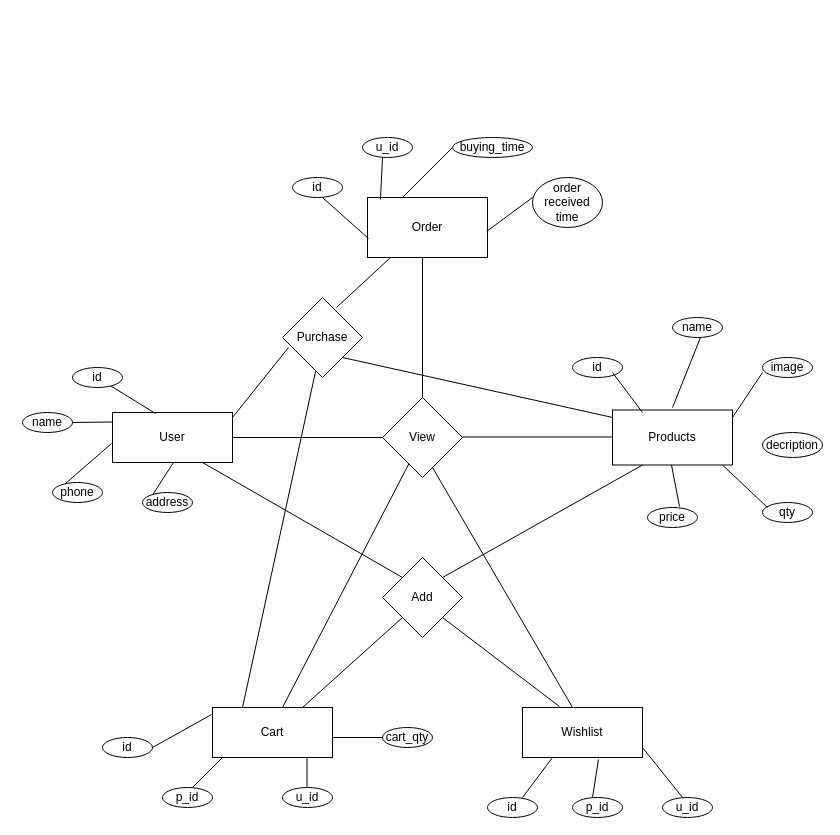
Before: Documentation/diagrams/erd.drawio in bhargav-vagadiya/flowshop, a draw.io diagram. Source tidied: cells renumbered, new cells numbered last; positions are measured from the earlier drawing's top-left corner, leaving out a move shared by most shapes. Both pictures are drawn from the tidied source at 100%, with x=0, y=0 at pixel (22, 137).
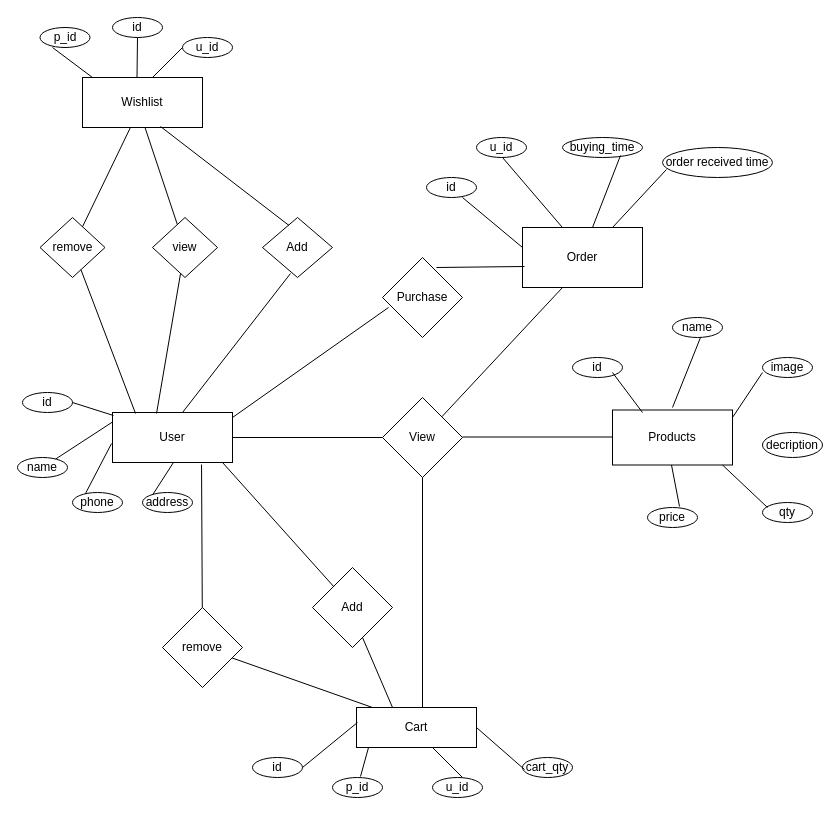
The same diagram, later.

The change refers to these unchanged cells:
```xml
<mxCell id="2" value="User" style="rounded=0;whiteSpace=wrap;html=1;" parent="1" vertex="1">
  <mxGeometry x="90" y="275" width="120" height="50" as="geometry" />
</mxCell>
<mxCell id="3" value="Products" style="rounded=0;whiteSpace=wrap;html=1;" parent="1" vertex="1">
  <mxGeometry x="590" y="272.5" width="120" height="55" as="geometry" />
</mxCell>
<mxCell id="4" value="View" style="rhombus;whiteSpace=wrap;html=1;rounded=0;" parent="1" vertex="1">
  <mxGeometry x="360" y="260" width="80" height="80" as="geometry" />
</mxCell>
```

Change to the diagram source:
```diff
@@
     <mxCell id="7" value="Add" style="rhombus;whiteSpace=wrap;html=1;rounded=0;" parent="1" vertex="1">
-      <mxGeometry x="360" y="420" width="80" height="80" as="geometry" />
+      <mxGeometry x="290" y="430" width="80" height="80" as="geometry" />
     </mxCell>
-    <mxCell id="8" style="endArrow=none;html=1;rounded=0;entryX=0;entryY=0.5;entryDx=0;entryDy=0;exitX=0.75;exitY=1;exitDx=0;exitDy=0;" parent="1" edge="1" source="2">
-      <mxGeometry relative="1" as="geometry">
-        <mxPoint x="380" y="440" as="targetPoint" />
-      </mxGeometry>
-    </mxCell>
-    <mxCell id="9" style="endArrow=none;html=1;rounded=0;entryX=0.25;entryY=1;entryDx=0;entryDy=0;" parent="1" edge="1" target="3">
-      <mxGeometry relative="1" as="geometry">
-        <mxPoint x="420" y="440" as="sourcePoint" />
-      </mxGeometry>
-    </mxCell>
     <mxCell id="10" value="Cart" style="rounded=0;whiteSpace=wrap;html=1;" parent="1" vertex="1">
-      <mxGeometry x="190" y="570" width="120" height="50" as="geometry" />
+      <mxGeometry x="334" y="570" width="120" height="40" as="geometry" />
     </mxCell>
     <mxCell id="11" value="Wishlist" style="rounded=0;whiteSpace=wrap;html=1;" parent="1" vertex="1">
-      <mxGeometry x="500" y="570" width="120" height="50" as="geometry" />
+      <mxGeometry x="60" y="-60" width="120" height="50" as="geometry" />
     </mxCell>
-    <mxCell id="12" style="endArrow=none;html=1;rounded=0;entryX=0;entryY=0.5;entryDx=0;entryDy=0;exitX=0.75;exitY=0;exitDx=0;exitDy=0;" parent="1" edge="1" source="10">
-      <mxGeometry relative="1" as="geometry">
-        <mxPoint x="380" y="480" as="targetPoint" />
-      </mxGeometry>
-    </mxCell>
-    <mxCell id="13" style="endArrow=none;html=1;rounded=0;entryX=0.308;entryY=-0.02;entryDx=0;entryDy=0;entryPerimeter=0;" parent="1" edge="1" target="11">
-      <mxGeometry relative="1" as="geometry">
-        <mxPoint x="420" y="480" as="sourcePoint" />
-      </mxGeometry>
-    </mxCell>
-    <mxCell id="14" style="endArrow=none;html=1;rounded=0;" parent="1" edge="1" target="4">
-      <mxGeometry relative="1" as="geometry">
-        <mxPoint x="260" y="570" as="sourcePoint" />
-      </mxGeometry>
-    </mxCell>
-    <mxCell id="15" style="endArrow=none;html=1;rounded=0;entryX=0.417;entryY=0;entryDx=0;entryDy=0;entryPerimeter=0;" parent="1" edge="1" target="11">
-      <mxGeometry relative="1" as="geometry">
-        <mxPoint x="410" y="330" as="sourcePoint" />
-      </mxGeometry>
-    </mxCell>
     <mxCell id="16" value="Order" style="rounded=0;whiteSpace=wrap;html=1;" parent="1" vertex="1">
-      <mxGeometry x="345" y="60" width="120" height="60" as="geometry" />
+      <mxGeometry x="500" y="90" width="120" height="60" as="geometry" />
     </mxCell>
-    <mxCell id="17" style="endArrow=none;html=1;rounded=0;exitX=0.5;exitY=0;exitDx=0;exitDy=0;" parent="1" edge="1" source="4">
-      <mxGeometry relative="1" as="geometry">
-        <mxPoint x="400" y="120" as="targetPoint" />
-      </mxGeometry>
-    </mxCell>
     <mxCell id="18" value="Purchase" style="rhombus;whiteSpace=wrap;html=1;rounded=0;" parent="1" vertex="1">
-      <mxGeometry x="260" y="160" width="80" height="80" as="geometry" />
+      <mxGeometry x="360" y="120" width="80" height="80" as="geometry" />
     </mxCell>
@@
-    <mxCell id="20" style="endArrow=none;html=1;rounded=0;entryX=0;entryY=0.136;entryDx=0;entryDy=0;entryPerimeter=0;exitX=1;exitY=1;exitDx=0;exitDy=0;" parent="1" edge="1" source="18" target="3">
-      <mxGeometry relative="1" as="geometry" />
-    </mxCell>
-    <mxCell id="21" style="endArrow=none;html=1;rounded=0;exitX=0.25;exitY=0;exitDx=0;exitDy=0;entryX=0.413;entryY=0.925;entryDx=0;entryDy=0;entryPerimeter=0;" parent="1" edge="1" source="10" target="18">
-      <mxGeometry relative="1" as="geometry" />
-    </mxCell>
-    <mxCell id="22" style="endArrow=none;html=1;rounded=0;entryX=0.192;entryY=1;entryDx=0;entryDy=0;entryPerimeter=0;exitX=0.675;exitY=0.125;exitDx=0;exitDy=0;exitPerimeter=0;" parent="1" edge="1" source="18" target="16">
+    <mxCell id="22" style="endArrow=none;html=1;rounded=0;entryX=0.017;entryY=0.65;entryDx=0;entryDy=0;entryPerimeter=0;exitX=0.675;exitY=0.125;exitDx=0;exitDy=0;exitPerimeter=0;" parent="1" edge="1" source="18" target="16">
       <mxGeometry relative="1" as="geometry" />
     </mxCell>
@@
     <mxCell id="24" value="phone" style="ellipse;whiteSpace=wrap;html=1;rounded=0;" parent="1" vertex="1">
-      <mxGeometry x="30" y="345" width="50" height="20" as="geometry" />
+      <mxGeometry x="50" y="355" width="50" height="20" as="geometry" />
     </mxCell>
     <mxCell id="25" value="name" style="ellipse;whiteSpace=wrap;html=1;rounded=0;" parent="1" vertex="1">
-      <mxGeometry y="275" width="50" height="20" as="geometry" />
+      <mxGeometry x="-5" y="320" width="50" height="20" as="geometry" />
     </mxCell>
     <mxCell id="26" value="id" style="ellipse;whiteSpace=wrap;html=1;rounded=0;" parent="1" vertex="1">
-      <mxGeometry x="50" y="230" width="50" height="20" as="geometry" />
+      <mxGeometry y="255" width="50" height="20" as="geometry" />
     </mxCell>
@@
-    <mxCell id="30" style="endArrow=none;html=1;fontSize=12;startSize=14;endSize=14;entryX=0.358;entryY=0.02;entryDx=0;entryDy=0;entryPerimeter=0;" parent="1" edge="1" source="26" target="2">
-      <mxGeometry relative="1" as="geometry" />
-    </mxCell>
     <mxCell id="31" value="id" style="ellipse;whiteSpace=wrap;html=1;" parent="1" vertex="1">
-      <mxGeometry x="270" y="40" width="50" height="20" as="geometry" />
+      <mxGeometry x="404" y="40" width="50" height="20" as="geometry" />
     </mxCell>
     <mxCell id="32" value="u_id" style="ellipse;whiteSpace=wrap;html=1;" parent="1" vertex="1">
-      <mxGeometry x="340" width="50" height="20" as="geometry" />
+      <mxGeometry x="454" width="50" height="20" as="geometry" />
     </mxCell>
     <mxCell id="33" value="buying_time" style="ellipse;whiteSpace=wrap;html=1;" parent="1" vertex="1">
-      <mxGeometry x="430" width="80" height="20" as="geometry" />
+      <mxGeometry x="540" width="80" height="20" as="geometry" />
     </mxCell>
     <mxCell id="34" value="order received time" style="ellipse;whiteSpace=wrap;html=1;" parent="1" vertex="1">
-      <mxGeometry x="510" y="40" width="70" height="50" as="geometry" />
+      <mxGeometry x="640" y="10" width="110" height="30" as="geometry" />
     </mxCell>
@@
     <mxCell id="41" value="u_id" style="ellipse;whiteSpace=wrap;html=1;" parent="1" vertex="1">
-      <mxGeometry x="640" y="660" width="50" height="20" as="geometry" />
+      <mxGeometry x="160" y="-100" width="50" height="20" as="geometry" />
     </mxCell>
     <mxCell id="42" value="p_id" style="ellipse;whiteSpace=wrap;html=1;" parent="1" vertex="1">
-      <mxGeometry x="550" y="660" width="50" height="20" as="geometry" />
+      <mxGeometry x="17.5" y="-110" width="50" height="20" as="geometry" />
     </mxCell>
     <mxCell id="43" value="id" style="ellipse;whiteSpace=wrap;html=1;" parent="1" vertex="1">
-      <mxGeometry x="465" y="660" width="50" height="20" as="geometry" />
+      <mxGeometry x="90" y="-120" width="50" height="20" as="geometry" />
     </mxCell>
     <mxCell id="44" value="cart_qty" style="ellipse;whiteSpace=wrap;html=1;" parent="1" vertex="1">
-      <mxGeometry x="360" y="590" width="50" height="20" as="geometry" />
+      <mxGeometry x="500" y="620" width="50" height="20" as="geometry" />
     </mxCell>
     <mxCell id="45" value="u_id" style="ellipse;whiteSpace=wrap;html=1;" parent="1" vertex="1">
-      <mxGeometry x="260" y="650" width="50" height="20" as="geometry" />
+      <mxGeometry x="410" y="640" width="50" height="20" as="geometry" />
     </mxCell>
     <mxCell id="46" value="p_id" style="ellipse;whiteSpace=wrap;html=1;" parent="1" vertex="1">
-      <mxGeometry x="140" y="650" width="50" height="20" as="geometry" />
+      <mxGeometry x="310" y="640" width="50" height="20" as="geometry" />
     </mxCell>
     <mxCell id="47" value="id" style="ellipse;whiteSpace=wrap;html=1;" parent="1" vertex="1">
-      <mxGeometry x="80" y="600" width="50" height="20" as="geometry" />
+      <mxGeometry x="230" y="620" width="50" height="20" as="geometry" />
     </mxCell>
-    <mxCell id="48" style="endArrow=none;html=1;fontSize=12;startSize=14;endSize=14;" parent="1" edge="1">
-      <mxGeometry relative="1" as="geometry">
-        <mxPoint x="380" y="60" as="sourcePoint" />
-        <mxPoint x="430" y="10" as="targetPoint" />
-      </mxGeometry>
-    </mxCell>
-    <mxCell id="49" style="endArrow=none;html=1;fontSize=12;startSize=14;endSize=14;exitX=0.992;exitY=0.567;exitDx=0;exitDy=0;exitPerimeter=0;" parent="1" edge="1" source="16">
-      <mxGeometry relative="1" as="geometry">
-        <mxPoint x="510" y="60" as="targetPoint" />
-      </mxGeometry>
-    </mxCell>
-    <mxCell id="50" style="endArrow=none;html=1;fontSize=12;startSize=14;endSize=14;exitX=0.108;exitY=0.033;exitDx=0;exitDy=0;exitPerimeter=0;" parent="1" edge="1" source="16">
-      <mxGeometry relative="1" as="geometry">
-        <mxPoint x="360" y="20" as="targetPoint" />
-      </mxGeometry>
-    </mxCell>
-    <mxCell id="51" style="endArrow=none;html=1;fontSize=12;startSize=14;endSize=14;exitX=0.008;exitY=0.683;exitDx=0;exitDy=0;exitPerimeter=0;" parent="1" edge="1" source="16">
-      <mxGeometry relative="1" as="geometry">
-        <mxPoint x="300" y="60" as="targetPoint" />
-      </mxGeometry>
-    </mxCell>
-    <mxCell id="52" style="endArrow=none;html=1;fontSize=12;startSize=14;endSize=14;" parent="1" edge="1">
-      <mxGeometry relative="1" as="geometry">
-        <mxPoint x="170" y="650" as="sourcePoint" />
-        <mxPoint x="200" y="620" as="targetPoint" />
-      </mxGeometry>
-    </mxCell>
-    <mxCell id="53" style="endArrow=none;html=1;fontSize=12;startSize=14;endSize=14;" parent="1" edge="1">
-      <mxGeometry relative="1" as="geometry">
-        <mxPoint x="284.5" y="650" as="sourcePoint" />
-        <mxPoint x="284.5" y="620" as="targetPoint" />
-      </mxGeometry>
-    </mxCell>
-    <mxCell id="54" style="endArrow=none;html=1;fontSize=12;startSize=14;endSize=14;exitX=0;exitY=0.5;exitDx=0;exitDy=0;exitPerimeter=0;" parent="1" edge="1" source="44">
-      <mxGeometry relative="1" as="geometry">
-        <mxPoint x="310" y="600" as="targetPoint" />
-      </mxGeometry>
-    </mxCell>
-    <mxCell id="55" style="endArrow=none;html=1;fontSize=12;startSize=14;endSize=14;" parent="1" edge="1">
-      <mxGeometry relative="1" as="geometry">
-        <mxPoint x="660" y="660" as="sourcePoint" />
-        <mxPoint x="620" y="610" as="targetPoint" />
-      </mxGeometry>
-    </mxCell>
-    <mxCell id="56" style="endArrow=none;html=1;fontSize=12;startSize=14;endSize=14;entryX=0.633;entryY=1.04;entryDx=0;entryDy=0;entryPerimeter=0;" parent="1" edge="1" target="11">
-      <mxGeometry relative="1" as="geometry">
-        <mxPoint x="570" y="660" as="sourcePoint" />
-      </mxGeometry>
-    </mxCell>
-    <mxCell id="57" style="endArrow=none;html=1;fontSize=12;startSize=14;endSize=14;" parent="1" edge="1">
-      <mxGeometry relative="1" as="geometry">
-        <mxPoint x="500" y="660" as="sourcePoint" />
-        <mxPoint x="530" y="620" as="targetPoint" />
-      </mxGeometry>
-    </mxCell>
-    <mxCell id="58" style="endArrow=none;html=1;fontSize=12;startSize=14;endSize=14;entryX=-0.008;entryY=0.14;entryDx=0;entryDy=0;entryPerimeter=0;" parent="1" edge="1" target="10">
-      <mxGeometry relative="1" as="geometry">
-        <mxPoint x="130" y="610" as="sourcePoint" />
-      </mxGeometry>
-    </mxCell>
@@
+    <mxCell id="64" value="remove" style="rhombus;whiteSpace=wrap;html=1;" parent="1" vertex="1">
+      <mxGeometry x="140" y="470" width="80" height="80" as="geometry" />
+    </mxCell>
+    <mxCell id="65" style="endArrow=none;html=1;rounded=0;entryX=0.742;entryY=1.04;entryDx=0;entryDy=0;entryPerimeter=0;" parent="1" edge="1" source="64" target="2">
+      <mxGeometry relative="1" as="geometry" />
+    </mxCell>
+    <mxCell id="66" style="endArrow=none;html=1;rounded=0;" parent="1" edge="1" target="64">
+      <mxGeometry relative="1" as="geometry">
+        <mxPoint x="350" y="570" as="sourcePoint" />
+      </mxGeometry>
+    </mxCell>
+    <mxCell id="67" value="Add" style="rhombus;whiteSpace=wrap;html=1;rounded=0;" parent="1" vertex="1">
+      <mxGeometry x="240" y="80" width="70" height="60" as="geometry" />
+    </mxCell>
+    <mxCell id="68" style="endArrow=none;html=1;rounded=0;exitX=0.55;exitY=0;exitDx=0;exitDy=0;exitPerimeter=0;" parent="1" edge="1" source="10">
+      <mxGeometry relative="1" as="geometry">
+        <mxPoint x="400" y="340" as="targetPoint" />
+      </mxGeometry>
+    </mxCell>
+    <mxCell id="69" style="endArrow=none;html=1;rounded=0;" parent="1" edge="1" source="7">
+      <mxGeometry relative="1" as="geometry">
+        <mxPoint x="200" y="325" as="targetPoint" />
+      </mxGeometry>
+    </mxCell>
+    <mxCell id="70" style="endArrow=none;html=1;rounded=0;" parent="1" edge="1">
+      <mxGeometry relative="1" as="geometry">
+        <mxPoint x="370" y="570" as="sourcePoint" />
+        <mxPoint x="340" y="500" as="targetPoint" />
+      </mxGeometry>
+    </mxCell>
+    <mxCell id="71" style="endArrow=none;html=1;rounded=0;" parent="1" edge="1" source="4">
+      <mxGeometry relative="1" as="geometry">
+        <mxPoint x="540" y="150" as="targetPoint" />
+      </mxGeometry>
+    </mxCell>
+    <mxCell id="72" value="view" style="rhombus;whiteSpace=wrap;html=1;" parent="1" vertex="1">
+      <mxGeometry x="130" y="80" width="65" height="60" as="geometry" />
+    </mxCell>
+    <mxCell id="73" style="endArrow=none;html=1;rounded=0;entryX=0.4;entryY=0.933;entryDx=0;entryDy=0;entryPerimeter=0;" parent="1" edge="1" target="67">
+      <mxGeometry relative="1" as="geometry">
+        <mxPoint x="160" y="275" as="sourcePoint" />
+      </mxGeometry>
+    </mxCell>
+    <mxCell id="74" style="endArrow=none;html=1;rounded=0;exitX=0.367;exitY=0.02;exitDx=0;exitDy=0;exitPerimeter=0;" parent="1" edge="1" source="2" target="72">
+      <mxGeometry relative="1" as="geometry" />
+    </mxCell>
+    <mxCell id="75" value="remove" style="rhombus;whiteSpace=wrap;html=1;" parent="1" vertex="1">
+      <mxGeometry x="17.5" y="80" width="65" height="60" as="geometry" />
+    </mxCell>
+    <mxCell id="76" style="endArrow=none;html=1;rounded=0;exitX=0.192;exitY=0.02;exitDx=0;exitDy=0;exitPerimeter=0;" parent="1" edge="1" source="2" target="75">
+      <mxGeometry relative="1" as="geometry" />
+    </mxCell>
+    <mxCell id="77" style="endArrow=none;html=1;rounded=0;exitX=0.379;exitY=0.133;exitDx=0;exitDy=0;exitPerimeter=0;entryX=0.65;entryY=0.98;entryDx=0;entryDy=0;entryPerimeter=0;" parent="1" edge="1" source="67" target="11">
+      <mxGeometry relative="1" as="geometry" />
+    </mxCell>
+    <mxCell id="78" style="endArrow=none;html=1;rounded=0;" parent="1" edge="1" source="72">
+      <mxGeometry relative="1" as="geometry">
+        <mxPoint x="122.5" y="-10" as="targetPoint" />
+      </mxGeometry>
+    </mxCell>
+    <mxCell id="79" style="endArrow=none;html=1;rounded=0;" parent="1" edge="1" source="75" target="11">
+      <mxGeometry relative="1" as="geometry" />
+    </mxCell>
+    <mxCell id="80" style="endArrow=none;html=1;rounded=0;entryX=0.725;entryY=0.9;entryDx=0;entryDy=0;entryPerimeter=0;" parent="1" edge="1" target="33">
+      <mxGeometry relative="1" as="geometry">
+        <mxPoint x="570" y="90" as="sourcePoint" />
+      </mxGeometry>
+    </mxCell>
+    <mxCell id="81" style="endArrow=none;html=1;rounded=0;entryX=0.036;entryY=0.733;entryDx=0;entryDy=0;entryPerimeter=0;" parent="1" edge="1" target="34">
+      <mxGeometry relative="1" as="geometry">
+        <mxPoint x="590" y="90" as="sourcePoint" />
+      </mxGeometry>
+    </mxCell>
+    <mxCell id="82" style="endArrow=none;html=1;rounded=0;" parent="1" edge="1">
+      <mxGeometry relative="1" as="geometry">
+        <mxPoint x="130" y="-60" as="sourcePoint" />
+        <mxPoint x="160" y="-90" as="targetPoint" />
+      </mxGeometry>
+    </mxCell>
+    <mxCell id="83" style="endArrow=none;html=1;rounded=0;" parent="1" edge="1">
+      <mxGeometry relative="1" as="geometry">
+        <mxPoint x="70" y="-60" as="sourcePoint" />
+        <mxPoint x="30" y="-90" as="targetPoint" />
+      </mxGeometry>
+    </mxCell>
+    <mxCell id="84" style="endArrow=none;html=1;rounded=0;" parent="1" edge="1" target="43">
+      <mxGeometry relative="1" as="geometry">
+        <mxPoint x="114.5" y="-60" as="sourcePoint" />
+      </mxGeometry>
+    </mxCell>
+    <mxCell id="85" style="endArrow=none;html=1;rounded=0;exitX=0.04;exitY=0.6;exitDx=0;exitDy=0;exitPerimeter=0;" parent="1" edge="1" source="44">
+      <mxGeometry relative="1" as="geometry">
+        <mxPoint x="454" y="590" as="targetPoint" />
+      </mxGeometry>
+    </mxCell>
+    <mxCell id="86" style="endArrow=none;html=1;rounded=0;exitX=0.008;exitY=0.06;exitDx=0;exitDy=0;exitPerimeter=0;" parent="1" edge="1" source="2">
+      <mxGeometry relative="1" as="geometry">
+        <mxPoint x="50" y="265" as="targetPoint" />
+      </mxGeometry>
+    </mxCell>
+    <mxCell id="87" style="endArrow=none;html=1;rounded=0;" parent="1" edge="1">
+      <mxGeometry relative="1" as="geometry">
+        <mxPoint x="440" y="640" as="sourcePoint" />
+        <mxPoint x="410" y="610" as="targetPoint" />
+      </mxGeometry>
+    </mxCell>
+    <mxCell id="88" style="endArrow=none;html=1;rounded=0;exitX=0.56;exitY=-0.05;exitDx=0;exitDy=0;exitPerimeter=0;" parent="1" edge="1" source="46">
+      <mxGeometry relative="1" as="geometry">
+        <mxPoint x="346" y="610" as="targetPoint" />
+      </mxGeometry>
+    </mxCell>
+    <mxCell id="89" style="endArrow=none;html=1;rounded=0;entryX=0.008;entryY=0.375;entryDx=0;entryDy=0;entryPerimeter=0;" parent="1" edge="1" target="10">
+      <mxGeometry relative="1" as="geometry">
+        <mxPoint x="280" y="630" as="sourcePoint" />
+      </mxGeometry>
+    </mxCell>
+    <mxCell id="90" style="endArrow=none;html=1;rounded=0;exitX=0.333;exitY=0;exitDx=0;exitDy=0;exitPerimeter=0;" parent="1" edge="1" source="16">
+      <mxGeometry relative="1" as="geometry">
+        <mxPoint x="480" y="20" as="targetPoint" />
+      </mxGeometry>
+    </mxCell>
+    <mxCell id="91" style="endArrow=none;html=1;rounded=0;" parent="1" edge="1">
+      <mxGeometry relative="1" as="geometry">
+        <mxPoint x="500" y="110" as="sourcePoint" />
+        <mxPoint x="440" y="60" as="targetPoint" />
+      </mxGeometry>
+    </mxCell>
```
